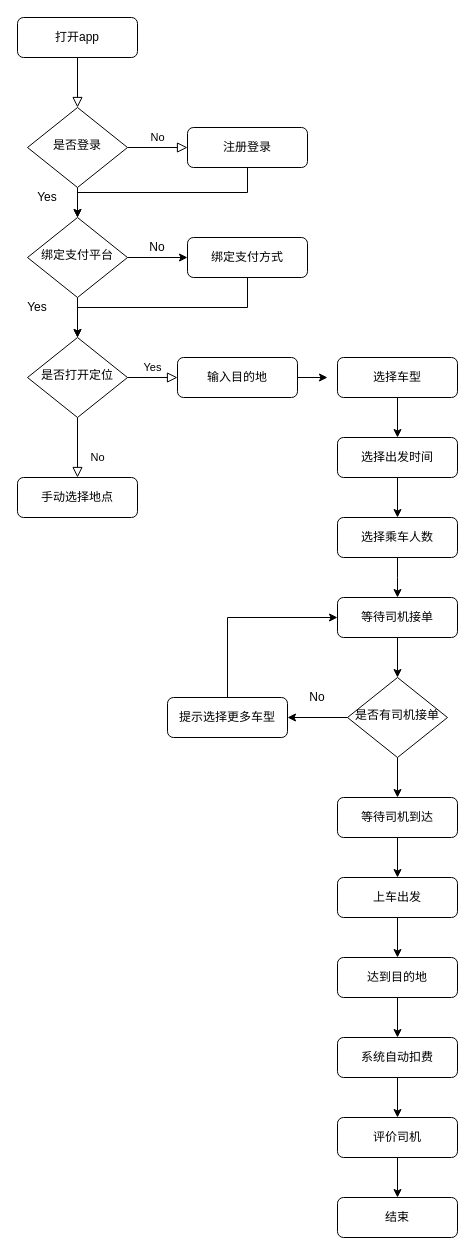
Above: Untitled Diagram.drawio in DongFuDong/flow (draw.io), before the change. Source tidied: cells renumbered, new cells numbered last; positions are measured from the earlier drawing's top-left corner, leaving out a move shared by most shapes. Both pictures are drawn from the tidied source at 100%, with x=0, y=0 at pixel (17, 17).
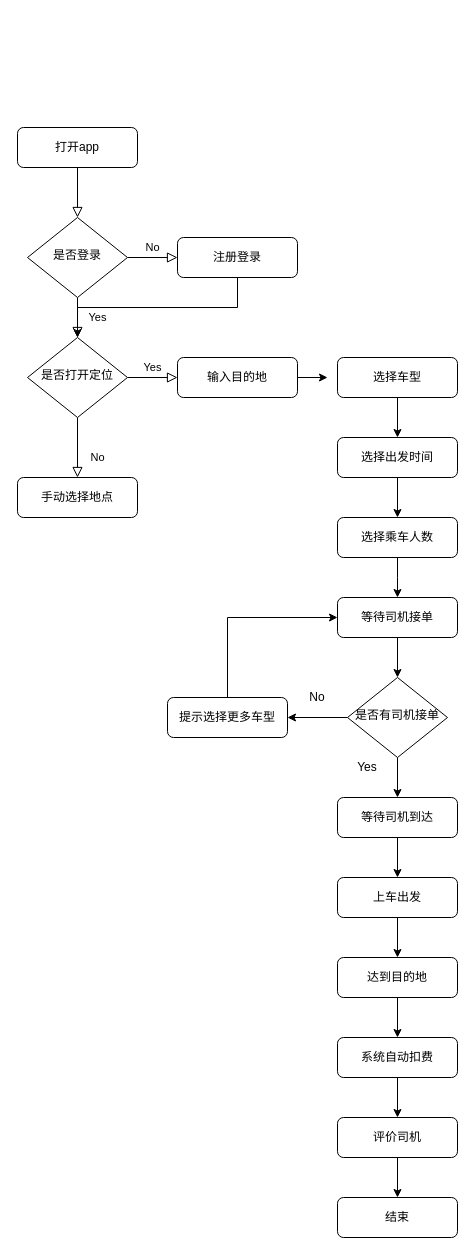
After the change.

The change refers to these unchanged cells:
```xml
<mxCell id="11" value="是否打开定位" style="rhombus;whiteSpace=wrap;html=1;shadow=0;fontFamily=Helvetica;fontSize=12;align=center;strokeWidth=1;spacing=6;spacingTop=-4;" parent="1" vertex="1">
  <mxGeometry x="10" y="320" width="100" height="80" as="geometry" />
</mxCell>
```

Change to the diagram source:
```diff
@@
     <mxCell id="3" value="打开app" style="rounded=1;whiteSpace=wrap;html=1;fontSize=12;glass=0;strokeWidth=1;shadow=0;" parent="1" vertex="1">
-      <mxGeometry width="120" height="40" as="geometry" />
+      <mxGeometry y="110" width="120" height="40" as="geometry" />
     </mxCell>
+    <mxCell id="48" value="Yes" style="rounded=0;html=1;jettySize=auto;fontSize=11;endArrow=block;endFill=0;endSize=8;strokeWidth=1;shadow=0;labelBackgroundColor=none;edgeStyle=orthogonalEdgeStyle;" parent="1" edge="1" source="6" target="11">
+      <mxGeometry y="20" relative="1" as="geometry" />
+    </mxCell>
@@
-    <mxCell id="5" style="edgeStyle=orthogonalEdgeStyle;rounded=0;jettySize=auto;html=1;exitX=0.5;exitY=1;exitDx=0;exitDy=0;" parent="1" edge="1" source="6" target="42">
-      <mxGeometry relative="1" as="geometry" />
-    </mxCell>
     <mxCell id="6" value="是否登录" style="rhombus;whiteSpace=wrap;html=1;shadow=0;fontFamily=Helvetica;fontSize=12;align=center;strokeWidth=1;spacing=6;spacingTop=-4;" parent="1" vertex="1">
-      <mxGeometry x="10" y="90" width="100" height="80" as="geometry" />
+      <mxGeometry x="10" y="200" width="100" height="80" as="geometry" />
     </mxCell>
-    <mxCell id="7" style="edgeStyle=orthogonalEdgeStyle;rounded=0;jettySize=auto;html=1;exitX=0.5;exitY=1;exitDx=0;exitDy=0;entryX=0.5;entryY=0;entryDx=0;entryDy=0;" parent="1" edge="1" source="8" target="42">
-      <mxGeometry relative="1" as="geometry" />
-    </mxCell>
+    <mxCell id="49" style="edgeStyle=orthogonalEdgeStyle;rounded=0;jettySize=auto;html=1;exitX=0.5;exitY=1;exitDx=0;exitDy=0;" parent="1" edge="1" source="8" target="11">
+      <mxGeometry relative="1" as="geometry" />
+    </mxCell>
     <mxCell id="8" value="注册登录" style="rounded=1;whiteSpace=wrap;html=1;fontSize=12;glass=0;strokeWidth=1;shadow=0;" parent="1" vertex="1">
-      <mxGeometry x="170" y="110" width="120" height="40" as="geometry" />
+      <mxGeometry x="160" y="220" width="120" height="40" as="geometry" />
     </mxCell>
@@
-    <mxCell id="40" style="edgeStyle=orthogonalEdgeStyle;rounded=0;jettySize=auto;html=1;exitX=0.5;exitY=1;exitDx=0;exitDy=0;" parent="1" edge="1" source="42" target="11">
-      <mxGeometry relative="1" as="geometry" />
-    </mxCell>
-    <mxCell id="41" style="edgeStyle=orthogonalEdgeStyle;rounded=0;jettySize=auto;html=1;exitX=1;exitY=0.5;exitDx=0;exitDy=0;entryX=0;entryY=0.5;entryDx=0;entryDy=0;" parent="1" edge="1" source="42" target="44">
-      <mxGeometry relative="1" as="geometry" />
-    </mxCell>
-    <mxCell id="42" value="绑定支付平台" style="rhombus;whiteSpace=wrap;html=1;shadow=0;fontFamily=Helvetica;fontSize=12;align=center;strokeWidth=1;spacing=6;spacingTop=-4;" parent="1" vertex="1">
-      <mxGeometry x="10" y="200" width="100" height="80" as="geometry" />
-    </mxCell>
-    <mxCell id="43" style="edgeStyle=orthogonalEdgeStyle;rounded=0;jettySize=auto;html=1;exitX=0.5;exitY=1;exitDx=0;exitDy=0;entryX=0.5;entryY=0;entryDx=0;entryDy=0;" parent="1" edge="1" source="44" target="11">
-      <mxGeometry relative="1" as="geometry" />
-    </mxCell>
-    <mxCell id="44" value="绑定支付方式" style="rounded=1;whiteSpace=wrap;html=1;fontSize=12;glass=0;strokeWidth=1;shadow=0;" parent="1" vertex="1">
-      <mxGeometry x="170" y="220" width="120" height="40" as="geometry" />
-    </mxCell>
-    <mxCell id="45" value="Yes" style="text;html=1;strokeColor=none;fillColor=none;align=center;verticalAlign=middle;whiteSpace=wrap;rounded=0;" parent="1" vertex="1">
-      <mxGeometry x="10" y="170" width="40" height="20" as="geometry" />
-    </mxCell>
-    <mxCell id="46" value="Yes" style="text;html=1;strokeColor=none;fillColor=none;align=center;verticalAlign=middle;whiteSpace=wrap;rounded=0;" parent="1" vertex="1">
-      <mxGeometry y="280" width="40" height="20" as="geometry" />
-    </mxCell>
-    <mxCell id="47" value="No" style="text;html=1;strokeColor=none;fillColor=none;align=center;verticalAlign=middle;whiteSpace=wrap;rounded=0;" parent="1" vertex="1">
-      <mxGeometry x="120" y="220" width="40" height="20" as="geometry" />
-    </mxCell>
+    <mxCell id="50" value="Yes" style="text;html=1;strokeColor=none;fillColor=none;align=center;verticalAlign=middle;whiteSpace=wrap;rounded=0;" parent="1" vertex="1">
+      <mxGeometry x="330" y="740" width="40" height="20" as="geometry" />
+    </mxCell>
```
